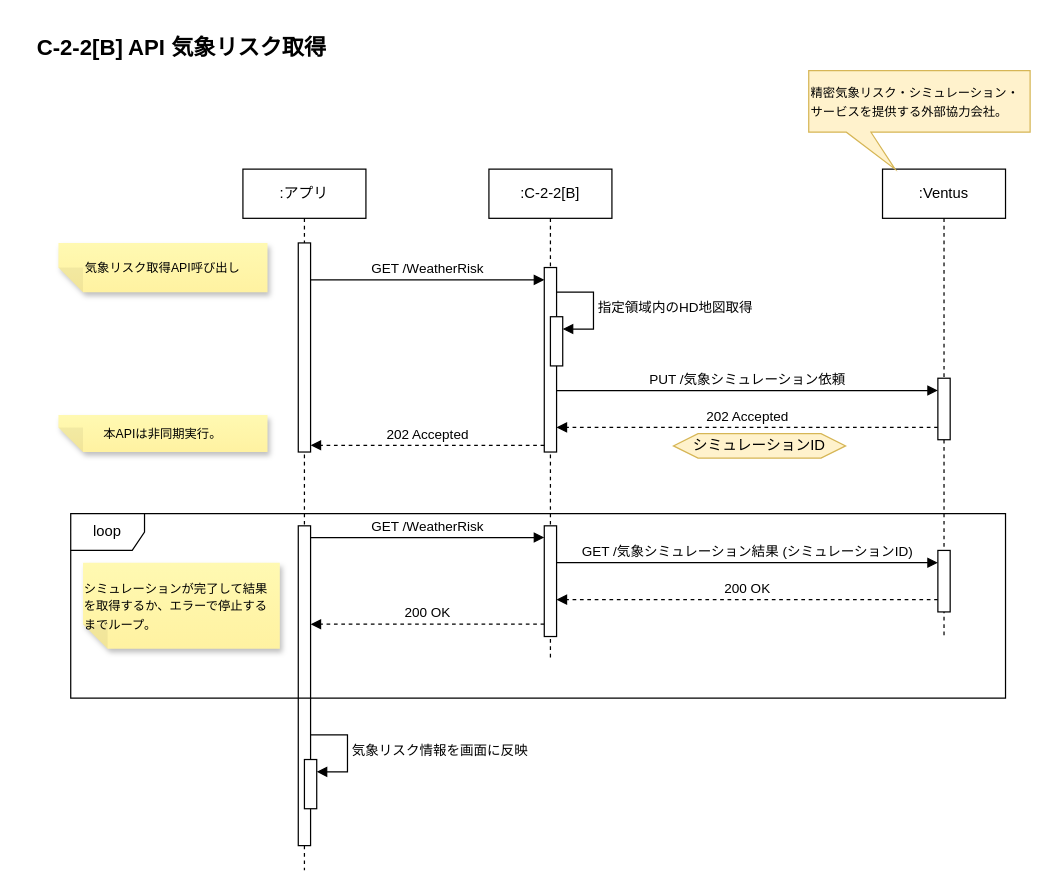
This is page "[API]気象リスク取得" (5 of 6) of models/c-2-2-api-sequences.drawio from Sportacandy/C-2-2API, a draw.io file, before an edit. Source tidied: cells renumbered, new cells numbered last; positions are measured from the earlier drawing's top-left corner, leaving out a move shared by most shapes. Both pictures are drawn from the tidied source at 123%, with x=0, y=0 at pixel (21, 21).
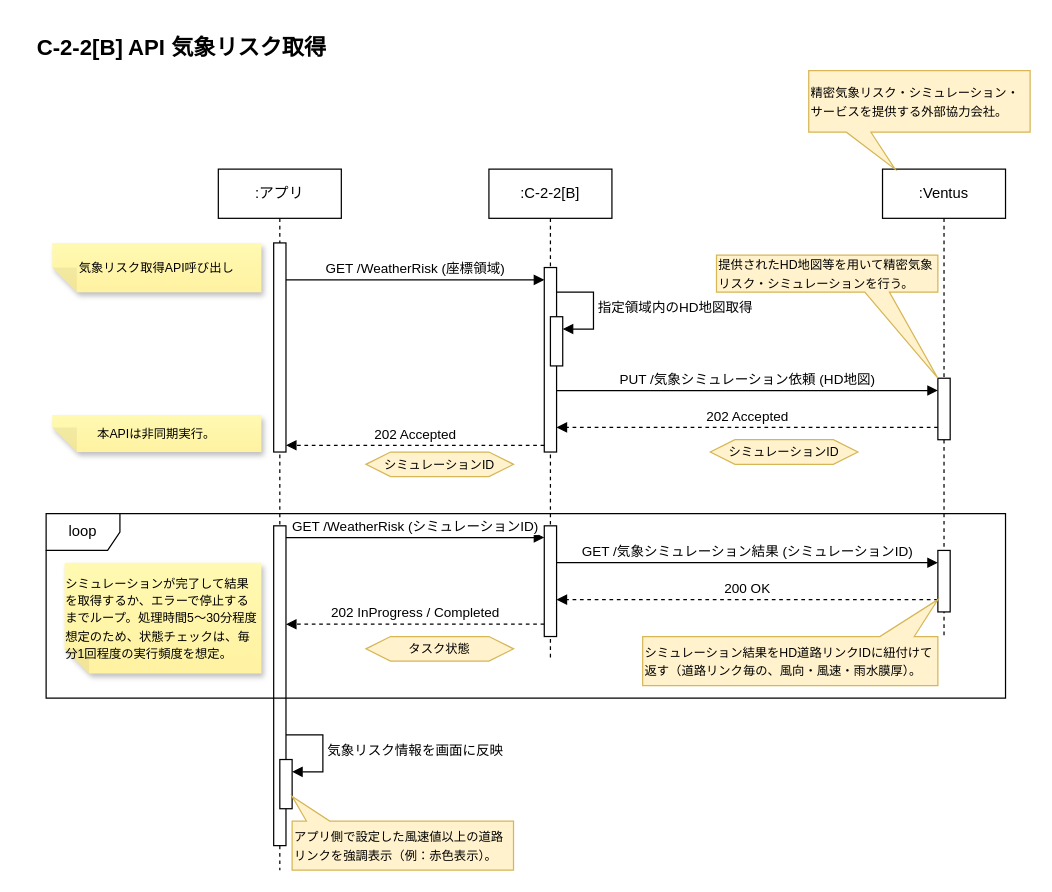
The same diagram, later.

The change refers to these unchanged cells:
```xml
<mxCell id="5" style="html=1;points=[];perimeter=orthogonalPerimeter;outlineConnect=0;targetShapes=umlLifeline;portConstraint=eastwest;newEdgeStyle={&quot;edgeStyle&quot;:&quot;elbowEdgeStyle&quot;,&quot;elbow&quot;:&quot;vertical&quot;,&quot;curved&quot;:0,&quot;rounded&quot;:0};" parent="4" vertex="1">
  <mxGeometry x="45" y="170" width="10" height="50" as="geometry" />
</mxCell>
<mxCell id="13" style="html=1;points=[];perimeter=orthogonalPerimeter;outlineConnect=0;targetShapes=umlLifeline;portConstraint=eastwest;newEdgeStyle={&quot;edgeStyle&quot;:&quot;elbowEdgeStyle&quot;,&quot;elbow&quot;:&quot;vertical&quot;,&quot;curved&quot;:0,&quot;rounded&quot;:0};" parent="12" vertex="1">
  <mxGeometry x="45" y="290" width="10" height="260" as="geometry" />
</mxCell>
<mxCell id="17" style="html=1;points=[];perimeter=orthogonalPerimeter;outlineConnect=0;targetShapes=umlLifeline;portConstraint=eastwest;newEdgeStyle={&quot;edgeStyle&quot;:&quot;elbowEdgeStyle&quot;,&quot;elbow&quot;:&quot;vertical&quot;,&quot;curved&quot;:0,&quot;rounded&quot;:0};" parent="16" vertex="1">
  <mxGeometry x="45" y="80" width="10" height="150" as="geometry" />
</mxCell>
```

Change to the diagram source:
```diff
@@
-    <mxCell id="2" value="GET /WeatherRisk" style="html=1;verticalAlign=bottom;endArrow=block;edgeStyle=elbowEdgeStyle;elbow=horizontal;curved=0;rounded=0;" parent="1" edge="1" source="20" target="17">
+    <mxCell id="2" value="GET /WeatherRisk (座標領域)" style="html=1;verticalAlign=bottom;endArrow=block;edgeStyle=elbowEdgeStyle;elbow=horizontal;curved=0;rounded=0;" parent="1" edge="1" source="20" target="17">
       <mxGeometry relative="1" as="geometry">
         <Array as="points">
           <mxPoint x="321" y="210" />
         </Array>
       </mxGeometry>
     </mxCell>
@@
-    <mxCell id="6" value="PUT /気象シミュレーション依頼" style="html=1;verticalAlign=bottom;endArrow=block;edgeStyle=elbowEdgeStyle;elbow=horizontal;curved=0;rounded=0;" parent="1" edge="1" source="17" target="5">
+    <mxCell id="6" value="PUT /気象シミュレーション依頼 (HD地図)" style="html=1;verticalAlign=bottom;endArrow=block;edgeStyle=elbowEdgeStyle;elbow=horizontal;curved=0;rounded=0;" parent="1" edge="1" source="17" target="5">
       <mxGeometry relative="1" as="geometry">
         <Array as="points">
           <mxPoint x="705" y="300" />
         </Array>
       </mxGeometry>
     </mxCell>
@@
     <mxCell id="8" value="&lt;div style=&quot;&quot;&gt;&lt;span style=&quot;font-size: 10px;&quot;&gt;気象リスク取得API呼び出し&lt;/span&gt;&lt;/div&gt;" style="shape=note;whiteSpace=wrap;html=1;backgroundOutline=1;fontColor=#000000;darkOpacity=0.05;fillColor=#FFF9B2;strokeColor=none;fillStyle=solid;direction=west;gradientDirection=north;gradientColor=#FFF2A1;shadow=1;size=20;align=center;" parent="1" vertex="1">
-      <mxGeometry x="30" y="180" width="170" height="40" as="geometry" />
+      <mxGeometry x="25" y="180" width="170" height="40" as="geometry" />
     </mxCell>
-    <mxCell id="9" value="&lt;div style=&quot;text-align: left;&quot;&gt;&lt;span style=&quot;font-size: 10px;&quot;&gt;シミュレーションが完了して結果を取得するか、エラーで停止するまでループ。&lt;/span&gt;&lt;/div&gt;" style="shape=note;whiteSpace=wrap;html=1;backgroundOutline=1;fontColor=#000000;darkOpacity=0.05;fillColor=#FFF9B2;strokeColor=none;fillStyle=solid;direction=west;gradientDirection=north;gradientColor=#FFF2A1;shadow=1;size=20;" parent="1" vertex="1">
-      <mxGeometry x="50" y="440" width="160" height="70" as="geometry" />
+    <mxCell id="9" value="&lt;div style=&quot;text-align: left;&quot;&gt;&lt;span style=&quot;font-size: 10px;&quot;&gt;シミュレーションが完了して結果を取得するか、エラーで停止するまでループ。処理時間5～30分程度想定のため、状態チェックは、毎分1回程度の実行頻度を想定。&lt;/span&gt;&lt;/div&gt;" style="shape=note;whiteSpace=wrap;html=1;backgroundOutline=1;fontColor=#000000;darkOpacity=0.05;fillColor=#FFF9B2;strokeColor=none;fillStyle=solid;direction=west;gradientDirection=north;gradientColor=#FFF2A1;shadow=1;size=20;" parent="1" vertex="1">
+      <mxGeometry x="35" y="440" width="160" height="90" as="geometry" />
     </mxCell>
@@
     <mxCell id="11" value="&lt;div style=&quot;&quot;&gt;&lt;span style=&quot;font-size: 10px;&quot;&gt;本APIは非同期実行。&lt;/span&gt;&lt;/div&gt;" style="shape=note;whiteSpace=wrap;html=1;backgroundOutline=1;fontColor=#000000;darkOpacity=0.05;fillColor=#FFF9B2;strokeColor=none;fillStyle=solid;direction=west;gradientDirection=north;gradientColor=#FFF2A1;shadow=1;size=20;align=center;" parent="1" vertex="1">
-      <mxGeometry x="30" y="320" width="170" height="30" as="geometry" />
+      <mxGeometry x="25" y="320" width="170" height="30" as="geometry" />
     </mxCell>
     <mxCell id="12" value=":アプリ" style="shape=umlLifeline;perimeter=lifelinePerimeter;whiteSpace=wrap;html=1;newEdgeStyle={&quot;edgeStyle&quot;:&quot;elbowEdgeStyle&quot;,&quot;elbow&quot;:&quot;vertical&quot;,&quot;curved&quot;:0,&quot;rounded&quot;:0};" parent="1" vertex="1">
-      <mxGeometry x="180" y="120" width="100" height="570" as="geometry" />
+      <mxGeometry x="160" y="120" width="100" height="570" as="geometry" />
     </mxCell>
@@
     <mxCell id="20" style="html=1;points=[];perimeter=orthogonalPerimeter;outlineConnect=0;targetShapes=umlLifeline;portConstraint=eastwest;newEdgeStyle={&quot;edgeStyle&quot;:&quot;elbowEdgeStyle&quot;,&quot;elbow&quot;:&quot;vertical&quot;,&quot;curved&quot;:0,&quot;rounded&quot;:0};" parent="1" vertex="1">
-      <mxGeometry x="225" y="180" width="10" height="170" as="geometry" />
+      <mxGeometry x="205" y="180" width="10" height="170" as="geometry" />
     </mxCell>
-    <mxCell id="21" value="シミュレーションID" style="shape=hexagon;perimeter=hexagonPerimeter2;whiteSpace=wrap;html=1;fixedSize=1;fillColor=#fff2cc;strokeColor=#d6b656;" parent="1" vertex="1">
-      <mxGeometry x="530" y="335" width="140" height="20" as="geometry" />
+    <mxCell id="21" value="&lt;font style=&quot;font-size: 10px;&quot;&gt;シミュレーションID&lt;/font&gt;" style="shape=hexagon;perimeter=hexagonPerimeter2;whiteSpace=wrap;html=1;fixedSize=1;fillColor=#fff2cc;strokeColor=#d6b656;" parent="1" vertex="1">
+      <mxGeometry x="280" y="350" width="120" height="20" as="geometry" />
     </mxCell>
     <mxCell id="22" value="loop" style="shape=umlFrame;whiteSpace=wrap;html=1;" parent="1" vertex="1">
-      <mxGeometry x="40" y="400" width="760" height="150" as="geometry" />
+      <mxGeometry x="20" y="400" width="780" height="150" as="geometry" />
     </mxCell>
@@
-    <mxCell id="26" value="200 OK" style="html=1;verticalAlign=bottom;endArrow=block;edgeStyle=elbowEdgeStyle;elbow=vertical;curved=0;rounded=0;dashed=1;" parent="1" edge="1">
+    <mxCell id="26" value="202 InProgress / Completed" style="html=1;verticalAlign=bottom;endArrow=block;edgeStyle=elbowEdgeStyle;elbow=vertical;curved=0;rounded=0;dashed=1;" parent="1" edge="1" target="13">
       <mxGeometry relative="1" as="geometry">
         <mxPoint x="425" y="490" as="sourcePoint" />
-        <mxPoint x="235" y="490" as="targetPoint" />
       </mxGeometry>
     </mxCell>
@@
-    <mxCell id="28" value="GET /WeatherRisk" style="html=1;verticalAlign=bottom;endArrow=block;edgeStyle=elbowEdgeStyle;elbow=horizontal;curved=0;rounded=0;" parent="1" edge="1">
+    <mxCell id="28" value="GET /WeatherRisk (シミュレーションID)" style="html=1;verticalAlign=bottom;endArrow=block;edgeStyle=elbowEdgeStyle;elbow=horizontal;curved=0;rounded=0;" parent="1" edge="1" source="13">
       <mxGeometry relative="1" as="geometry">
-        <mxPoint x="235" y="419.5" as="sourcePoint" />
         <mxPoint x="425" y="419.5" as="targetPoint" />
         <Array as="points">
           <mxPoint x="321" y="419.5" />
         </Array>
       </mxGeometry>
     </mxCell>
@@
+    <mxCell id="30" value="&lt;font style=&quot;font-size: 10px;&quot;&gt;提供されたHD地図等を用いて精密気象リスク・シミュレーションを行う。&lt;/font&gt;" style="shape=callout;whiteSpace=wrap;html=1;perimeter=calloutPerimeter;position2=1;fillColor=#fff2cc;strokeColor=#d6b656;align=left;size=70;position=0.67;base=20;" parent="1" vertex="1">
+      <mxGeometry x="565" y="190" width="180" height="100" as="geometry" />
+    </mxCell>
+    <mxCell id="31" value="&lt;div style=&quot;&quot;&gt;&lt;font style=&quot;font-size: 10px;&quot;&gt;シミュレーション結果をHD道路リンクIDに紐付けて返す（道路リンク毎の、風向・風速・雨水膜厚）。&lt;/font&gt;&lt;/div&gt;" style="shape=callout;whiteSpace=wrap;html=1;perimeter=calloutPerimeter;position2=0;fillColor=#fff2cc;strokeColor=#d6b656;align=left;size=30;position=0.08;base=28;direction=west;" parent="1" vertex="1">
+      <mxGeometry x="505" y="470" width="240" height="70" as="geometry" />
+    </mxCell>
+    <mxCell id="32" value="&lt;div style=&quot;&quot;&gt;&lt;font style=&quot;font-size: 10px;&quot;&gt;アプリ側で設定した風速値以上の道路リンクを強調表示（例：赤色表示）。&lt;/font&gt;&lt;/div&gt;" style="shape=callout;whiteSpace=wrap;html=1;perimeter=calloutPerimeter;position2=1;fillColor=#fff2cc;strokeColor=#d6b656;align=left;size=20;position=0.83;base=19;direction=west;" parent="1" vertex="1">
+      <mxGeometry x="220" y="630" width="180" height="60" as="geometry" />
+    </mxCell>
+    <mxCell id="33" value="&lt;font style=&quot;font-size: 10px;&quot;&gt;シミュレーションID&lt;/font&gt;" style="shape=hexagon;perimeter=hexagonPerimeter2;whiteSpace=wrap;html=1;fixedSize=1;fillColor=#fff2cc;strokeColor=#d6b656;" parent="1" vertex="1">
+      <mxGeometry x="560" y="340" width="120" height="20" as="geometry" />
+    </mxCell>
+    <mxCell id="34" value="&lt;span style=&quot;font-size: 10px;&quot;&gt;タスク状態&lt;/span&gt;" style="shape=hexagon;perimeter=hexagonPerimeter2;whiteSpace=wrap;html=1;fixedSize=1;fillColor=#fff2cc;strokeColor=#d6b656;" parent="1" vertex="1">
+      <mxGeometry x="280" y="500" width="120" height="20" as="geometry" />
+    </mxCell>
```
